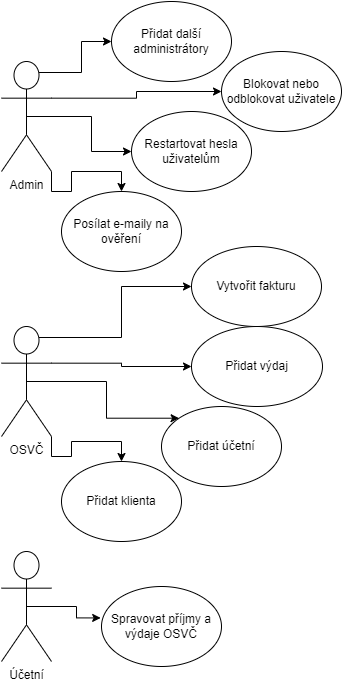
Earlier version of the draw.io export IIS/useCase.png (kovalskim/fakturacek-itu-iis). Source tidied: cells renumbered, new cells last; positions are measured from the earlier drawing's top-left corner, leaving out a move shared by most shapes. Source of this version:
```xml
<mxGraphModel>
  <root>
    <mxCell id="0" />
    <mxCell id="1" parent="0" />
    <mxCell id="2" style="edgeStyle=orthogonalEdgeStyle;rounded=0;jettySize=auto;html=1;exitX=0.75;exitY=0.1;exitDx=0;exitDy=0;exitPerimeter=0;entryX=0;entryY=0.5;entryDx=0;entryDy=0;" parent="1" edge="1" source="6" target="14">
      <mxGeometry relative="1" as="geometry" />
    </mxCell>
    <mxCell id="3" style="edgeStyle=orthogonalEdgeStyle;rounded=0;jettySize=auto;html=1;exitX=1;exitY=0.3333333333333333;exitDx=0;exitDy=0;exitPerimeter=0;" parent="1" edge="1" source="6" target="16">
      <mxGeometry relative="1" as="geometry" />
    </mxCell>
    <mxCell id="4" style="edgeStyle=orthogonalEdgeStyle;rounded=0;jettySize=auto;html=1;exitX=0.5;exitY=0.5;exitDx=0;exitDy=0;exitPerimeter=0;entryX=0;entryY=0;entryDx=0;entryDy=0;" parent="1" edge="1" source="6" target="15">
      <mxGeometry relative="1" as="geometry" />
    </mxCell>
    <mxCell id="5" style="edgeStyle=orthogonalEdgeStyle;rounded=0;jettySize=auto;html=1;exitX=1;exitY=1;exitDx=0;exitDy=0;exitPerimeter=0;entryX=0.5;entryY=0;entryDx=0;entryDy=0;" parent="1" edge="1" source="6" target="22">
      <mxGeometry relative="1" as="geometry" />
    </mxCell>
    <mxCell id="6" value="OSVČ" style="shape=umlActor;verticalLabelPosition=bottom;verticalAlign=top;html=1;outlineConnect=0;" parent="1" vertex="1">
      <mxGeometry y="325" width="50" height="110" as="geometry" />
    </mxCell>
    <mxCell id="7" style="edgeStyle=orthogonalEdgeStyle;rounded=0;jettySize=auto;html=1;exitX=0.75;exitY=0.1;exitDx=0;exitDy=0;exitPerimeter=0;entryX=0;entryY=0.5;entryDx=0;entryDy=0;" parent="1" edge="1" source="11" target="18">
      <mxGeometry relative="1" as="geometry" />
    </mxCell>
    <mxCell id="8" style="edgeStyle=orthogonalEdgeStyle;rounded=0;jettySize=auto;html=1;exitX=1;exitY=0.3333333333333333;exitDx=0;exitDy=0;exitPerimeter=0;entryX=0;entryY=0.5;entryDx=0;entryDy=0;" parent="1" edge="1" source="11" target="19">
      <mxGeometry relative="1" as="geometry" />
    </mxCell>
    <mxCell id="9" style="edgeStyle=orthogonalEdgeStyle;rounded=0;jettySize=auto;html=1;exitX=0.5;exitY=0.5;exitDx=0;exitDy=0;exitPerimeter=0;entryX=0;entryY=0.5;entryDx=0;entryDy=0;" parent="1" edge="1" source="11" target="20">
      <mxGeometry relative="1" as="geometry" />
    </mxCell>
    <mxCell id="10" style="edgeStyle=orthogonalEdgeStyle;rounded=0;jettySize=auto;html=1;exitX=1;exitY=1;exitDx=0;exitDy=0;exitPerimeter=0;" parent="1" edge="1" source="11" target="21">
      <mxGeometry relative="1" as="geometry" />
    </mxCell>
    <mxCell id="11" value="Admin" style="shape=umlActor;verticalLabelPosition=bottom;verticalAlign=top;html=1;outlineConnect=0;" parent="1" vertex="1">
      <mxGeometry y="60" width="50" height="110" as="geometry" />
    </mxCell>
    <mxCell id="12" style="edgeStyle=orthogonalEdgeStyle;rounded=0;jettySize=auto;html=1;exitX=0.5;exitY=0.5;exitDx=0;exitDy=0;exitPerimeter=0;entryX=-0.007;entryY=0.393;entryDx=0;entryDy=0;entryPerimeter=0;" parent="1" edge="1" source="13" target="17">
      <mxGeometry relative="1" as="geometry" />
    </mxCell>
    <mxCell id="13" value="Účetní" style="shape=umlActor;verticalLabelPosition=bottom;verticalAlign=top;html=1;outlineConnect=0;" parent="1" vertex="1">
      <mxGeometry y="550" width="50" height="110" as="geometry" />
    </mxCell>
    <mxCell id="14" value="Vytvořit fakturu" style="ellipse;whiteSpace=wrap;html=1;" parent="1" vertex="1">
      <mxGeometry x="190" y="245" width="130" height="80" as="geometry" />
    </mxCell>
    <mxCell id="15" value="Přidat účetní" style="ellipse;whiteSpace=wrap;html=1;" parent="1" vertex="1">
      <mxGeometry x="160" y="405" width="120" height="80" as="geometry" />
    </mxCell>
    <mxCell id="16" value="Přidat výdaj" style="ellipse;whiteSpace=wrap;html=1;" parent="1" vertex="1">
      <mxGeometry x="190" y="325" width="131" height="80" as="geometry" />
    </mxCell>
    <mxCell id="17" value="Spravovat příjmy a výdaje OSVČ" style="ellipse;whiteSpace=wrap;html=1;" parent="1" vertex="1">
      <mxGeometry x="100" y="585" width="120" height="80" as="geometry" />
    </mxCell>
    <mxCell id="18" value="Přidat další administrátory" style="ellipse;whiteSpace=wrap;html=1;" parent="1" vertex="1">
      <mxGeometry x="110" width="120" height="80" as="geometry" />
    </mxCell>
    <mxCell id="19" value="Blokovat nebo odblokovat uživatele" style="ellipse;whiteSpace=wrap;html=1;" parent="1" vertex="1">
      <mxGeometry x="220" y="50" width="120" height="80" as="geometry" />
    </mxCell>
    <mxCell id="20" value="Restartovat hesla uživatelům" style="ellipse;whiteSpace=wrap;html=1;" parent="1" vertex="1">
      <mxGeometry x="130" y="110" width="120" height="80" as="geometry" />
    </mxCell>
    <mxCell id="21" value="Posílat e-maily na ověření" style="ellipse;whiteSpace=wrap;html=1;" parent="1" vertex="1">
      <mxGeometry x="60" y="190" width="120" height="80" as="geometry" />
    </mxCell>
    <mxCell id="22" value="Přidat klienta" style="ellipse;whiteSpace=wrap;html=1;" parent="1" vertex="1">
      <mxGeometry x="60" y="460" width="120" height="80" as="geometry" />
    </mxCell>
  </root>
</mxGraphModel>
```
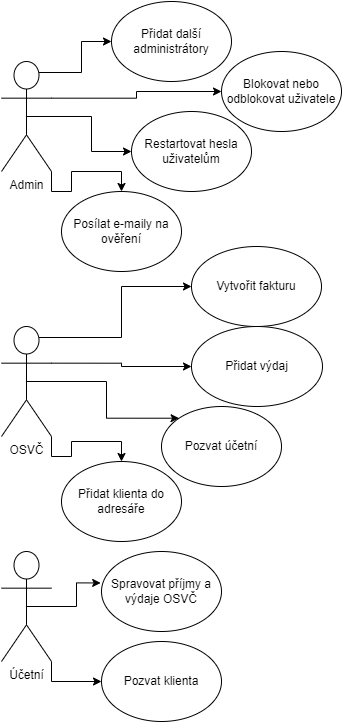
Later version of the same file.

What changed in the source:
```diff
@@ -35,20 +35,23 @@
     <mxCell id="12" style="edgeStyle=orthogonalEdgeStyle;rounded=0;jettySize=auto;html=1;exitX=0.5;exitY=0.5;exitDx=0;exitDy=0;exitPerimeter=0;entryX=-0.007;entryY=0.393;entryDx=0;entryDy=0;entryPerimeter=0;" parent="1" edge="1" source="13" target="17">
       <mxGeometry relative="1" as="geometry" />
     </mxCell>
+    <mxCell id="23" style="edgeStyle=orthogonalEdgeStyle;rounded=0;jettySize=auto;html=1;exitX=1;exitY=1;exitDx=0;exitDy=0;exitPerimeter=0;entryX=0;entryY=0.5;entryDx=0;entryDy=0;" parent="1" edge="1" source="13" target="24">
+      <mxGeometry relative="1" as="geometry" />
+    </mxCell>
     <mxCell id="13" value="Účetní" style="shape=umlActor;verticalLabelPosition=bottom;verticalAlign=top;html=1;outlineConnect=0;" parent="1" vertex="1">
       <mxGeometry y="550" width="50" height="110" as="geometry" />
     </mxCell>
     <mxCell id="14" value="Vytvořit fakturu" style="ellipse;whiteSpace=wrap;html=1;" parent="1" vertex="1">
       <mxGeometry x="190" y="245" width="130" height="80" as="geometry" />
     </mxCell>
-    <mxCell id="15" value="Přidat účetní" style="ellipse;whiteSpace=wrap;html=1;" parent="1" vertex="1">
+    <mxCell id="15" value="Pozvat účetní" style="ellipse;whiteSpace=wrap;html=1;" parent="1" vertex="1">
       <mxGeometry x="160" y="405" width="120" height="80" as="geometry" />
     </mxCell>
     <mxCell id="16" value="Přidat výdaj" style="ellipse;whiteSpace=wrap;html=1;" parent="1" vertex="1">
       <mxGeometry x="190" y="325" width="131" height="80" as="geometry" />
     </mxCell>
     <mxCell id="17" value="Spravovat příjmy a výdaje OSVČ" style="ellipse;whiteSpace=wrap;html=1;" parent="1" vertex="1">
-      <mxGeometry x="100" y="585" width="120" height="80" as="geometry" />
+      <mxGeometry x="100" y="550" width="120" height="80" as="geometry" />
     </mxCell>
     <mxCell id="18" value="Přidat další administrátory" style="ellipse;whiteSpace=wrap;html=1;" parent="1" vertex="1">
       <mxGeometry x="110" width="120" height="80" as="geometry" />
@@ -62,8 +65,11 @@
     <mxCell id="21" value="Posílat e-maily na ověření" style="ellipse;whiteSpace=wrap;html=1;" parent="1" vertex="1">
       <mxGeometry x="60" y="190" width="120" height="80" as="geometry" />
     </mxCell>
-    <mxCell id="22" value="Přidat klienta" style="ellipse;whiteSpace=wrap;html=1;" parent="1" vertex="1">
+    <mxCell id="22" value="Přidat klienta do adresáře" style="ellipse;whiteSpace=wrap;html=1;" parent="1" vertex="1">
       <mxGeometry x="60" y="460" width="120" height="80" as="geometry" />
     </mxCell>
+    <mxCell id="24" value="Pozvat klienta" style="ellipse;whiteSpace=wrap;html=1;" parent="1" vertex="1">
+      <mxGeometry x="100" y="640" width="120" height="80" as="geometry" />
+    </mxCell>
   </root>
 </mxGraphModel>
```
